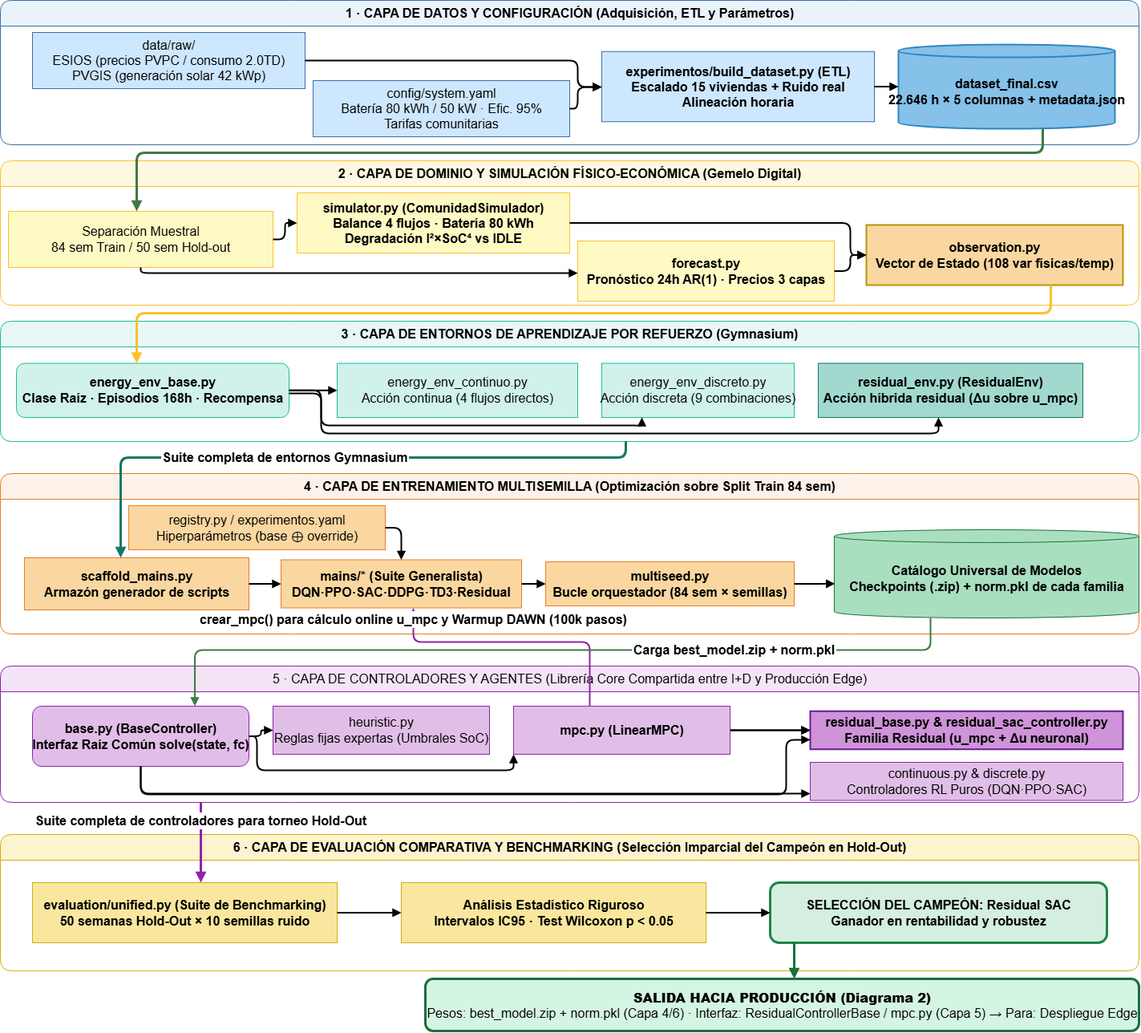
Above: doc/diagramas/arquitectura_1_investigacion.drawio.png in Roberto-RodriguezNunez/Plataforma-Optimizacion-Comunidades-Energeticas_TFG_RobertoRN (draw.io), before the change. Source tidied: cells renumbered, new cells last; positions are measured from the earlier drawing's top-left corner, leaving out a move shared by most shapes.
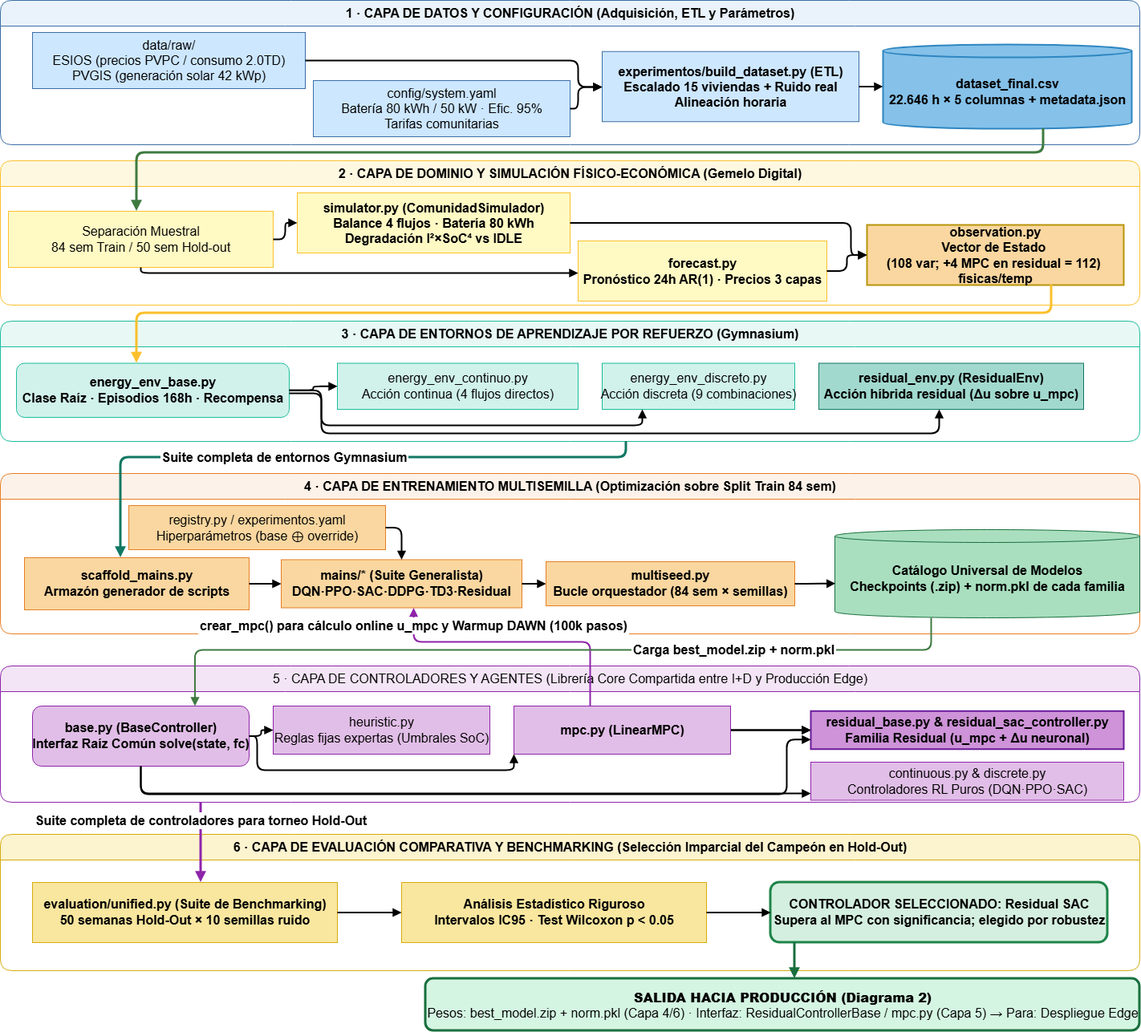
Later version of the same file.

Commit message:
docs(memoria): revisión final — bibliografía APA 7, diagrama de Gantt en LaTeX, capturas del SaaS y formato

What changed in the source:
```diff
@@ -12,10 +12,10 @@
       <mxGeometry x="390" y="100" width="320" height="70" as="geometry" />
     </mxCell>
     <mxCell id="5" value="experimentos/build_dataset.py (ETL)&#10;Escalado 15 viviendas + Ruido real&#10;Alineación horaria" style="rounded=0;html=1;fillColor=#CDE7FF;strokeColor=#3B6EA5;fontStyle=1;fontSize=16;" parent="2" vertex="1">
-      <mxGeometry x="750" y="63.8" width="340" height="87.5" as="geometry" />
+      <mxGeometry x="750" y="63.8" width="320" height="87.5" as="geometry" />
     </mxCell>
     <mxCell id="6" value="dataset_final.csv&#10;22.646 h × 5 columnas + metadata.json" style="shape=cylinder3;html=1;boundedLbl=1;backgroundOutline=1;size=8;fillColor=#85C1E9;strokeColor=#2E86C1;fontStyle=1;fontSize=16;strokeWidth=2;" parent="2" vertex="1">
-      <mxGeometry x="1120" y="55" width="270" height="105" as="geometry" />
+      <mxGeometry x="1100" y="55" width="310" height="105" as="geometry" />
     </mxCell>
     <mxCell id="7" style="edgeStyle=orthogonalEdgeStyle;html=1;endArrow=block;strokeWidth=2;entryX=0;entryY=0.5;entryDx=0;entryDy=0;fontSize=16;" parent="2" edge="1" source="3" target="5">
       <mxGeometry relative="1" as="geometry">
@@ -47,9 +47,9 @@
       <mxGeometry x="370" y="40" width="340" height="75" as="geometry" />
     </mxCell>
     <mxCell id="13" value="forecast.py&#10;Pronóstico 24h AR(1) · Precios 3 capas" style="rounded=0;html=1;fillColor=#FFF9C4;strokeColor=#FBC02D;fontStyle=1;fontSize=16;" parent="10" vertex="1">
-      <mxGeometry x="720" y="100" width="320" height="75" as="geometry" />
+      <mxGeometry x="720" y="100" width="310" height="75" as="geometry" />
     </mxCell>
-    <mxCell id="14" value="observation.py&#10;Vector de Estado (108 var físicas/temp)" style="rounded=0;html=1;fillColor=#FAD7A0;strokeColor=#B7950B;fontStyle=1;fontSize=16;strokeWidth=2;" parent="10" vertex="1">
+    <mxCell id="14" value="observation.py&lt;br&gt;Vector de Estado&amp;nbsp;&lt;div&gt;(108 var; +4 MPC en residual = 112)&amp;nbsp;&lt;/div&gt;&lt;div&gt;físicas/temp&lt;/div&gt;" style="rounded=0;html=1;fillColor=#FAD7A0;strokeColor=#B7950B;fontStyle=1;fontSize=16;strokeWidth=2;" parent="10" vertex="1">
       <mxGeometry x="1080" y="80" width="320" height="75" as="geometry" />
     </mxCell>
     <mxCell id="15" style="edgeStyle=orthogonalEdgeStyle;html=1;endArrow=block;strokeWidth=2;fontSize=16;" parent="10" edge="1" source="11" target="12">
@@ -81,13 +81,13 @@
       <mxGeometry x="20" y="52.5" width="340" height="67.5" as="geometry" />
     </mxCell>
     <mxCell id="21" value="energy_env_continuo.py&#10;Acción continua (4 flujos directos)" style="rounded=0;html=1;fillColor=#D1F2EB;strokeColor=#1ABC9C;fontSize=16;" parent="19" vertex="1">
-      <mxGeometry x="420" y="52.5" width="300" height="67.5" as="geometry" />
+      <mxGeometry x="420" y="52.5" width="300" height="57.5" as="geometry" />
     </mxCell>
     <mxCell id="22" value="energy_env_discreto.py&#10;Acción discreta (9 combinaciones)" style="rounded=0;html=1;fillColor=#D1F2EB;strokeColor=#1ABC9C;fontSize=16;" parent="19" vertex="1">
-      <mxGeometry x="750" y="52.5" width="240" height="67.5" as="geometry" />
+      <mxGeometry x="750" y="52.5" width="240" height="57.5" as="geometry" />
     </mxCell>
     <mxCell id="23" value="residual_env.py (ResidualEnv)&#10;Acción híbrida residual (Δu sobre u_mpc)" style="rounded=0;html=1;fillColor=#A2D9CE;strokeColor=#117864;fontStyle=1;fontSize=16;" parent="19" vertex="1">
-      <mxGeometry x="1020" y="52.5" width="330" height="67.5" as="geometry" />
+      <mxGeometry x="1020" y="52.5" width="330" height="57.5" as="geometry" />
     </mxCell>
     <mxCell id="24" style="edgeStyle=orthogonalEdgeStyle;html=1;endArrow=block;strokeWidth=2;fontSize=16;" parent="19" edge="1" source="20" target="21">
       <mxGeometry relative="1" as="geometry" />
@@ -201,7 +201,7 @@
     <mxCell id="51" value="Análisis Estadístico Riguroso&#10;Intervalos IC95 · Test Wilcoxon p &amp;lt; 0.05" style="rounded=0;html=1;fillColor=#F9E79F;strokeColor=#D4AC0D;fontStyle=1;fontSize=16;" parent="49" vertex="1">
       <mxGeometry x="500" y="60" width="380" height="75" as="geometry" />
     </mxCell>
-    <mxCell id="52" value="SELECCIÓN DEL CAMPEÓN: Residual SAC&#10;Ganador en rentabilidad y robustez" style="rounded=1;html=1;fillColor=#D4EFDF;strokeColor=#1E8449;fontStyle=1;fontSize=16;strokeWidth=3;" parent="49" vertex="1">
+    <mxCell id="52" value="CONTROLADOR SELECCIONADO: Residual SAC&#10;Supera al MPC con significancia; elegido por robustez" style="rounded=1;html=1;fillColor=#D4EFDF;strokeColor=#1E8449;fontStyle=1;fontSize=16;strokeWidth=3;" parent="49" vertex="1">
       <mxGeometry x="960" y="60" width="420" height="75" as="geometry" />
     </mxCell>
     <mxCell id="53" style="edgeStyle=orthogonalEdgeStyle;html=1;endArrow=block;strokeWidth=2;fontSize=16;" parent="49" edge="1" source="50" target="51">
@@ -238,12 +238,11 @@
       </mxGeometry>
     </mxCell>
     <mxCell id="59" value="&lt;b style=&quot;background-color:#FFF;padding:2px;&quot;&gt;crear_mpc() para cálculo online u_mpc y Warmup DAWN (100k pasos)&lt;/b&gt;" style="edgeStyle=orthogonalEdgeStyle;html=1;endArrow=block;strokeWidth=2;strokeDasharray=4 4;strokeColor=#8E24AA;fontSize=16;" parent="1" edge="1" source="47" target="30">
-      <mxGeometry x="0.91" relative="1" as="geometry">
+      <mxGeometry x="0.87" relative="1" as="geometry">
         <Array as="points">
           <mxPoint x="735" y="800" />
           <mxPoint x="515" y="800" />
         </Array>
-        <mxPoint y="-1" as="offset" />
       </mxGeometry>
     </mxCell>
     <mxCell id="60" value="&lt;b style=&quot;background-color: rgb(255, 255, 255); padding: 2px;&quot;&gt;Carga best_model.zip + norm.pkl&lt;/b&gt;" style="edgeStyle=orthogonalEdgeStyle;html=1;endArrow=block;strokeWidth=2;strokeColor=#3F7A41;entryX=0.75;entryY=0;entryDx=0;entryDy=0;fontSize=16;" parent="1" edge="1" source="32" target="38">
```
